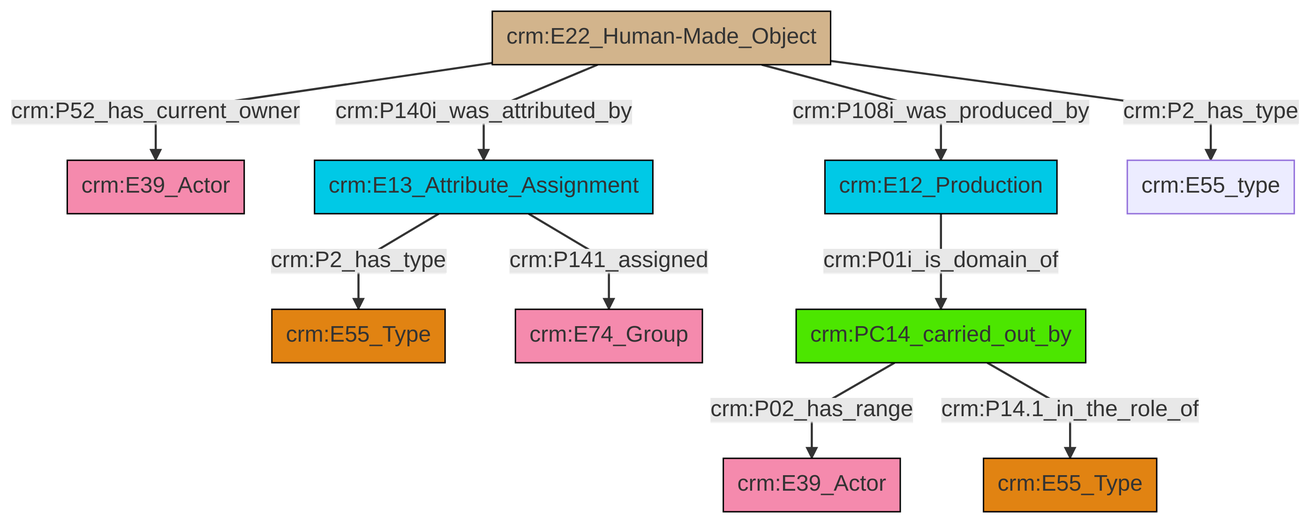
Before: et/builtWorkCSV/ttl/mmd/png/Built_Work_actor_relations.png, a diagram exported from Mermaid (swiss-art-research-net/reference-data-models). Its source is kept beside it as et/builtWorkCSV/ttl/mmd/Built_Work_actor_relations.ttl.mmd.
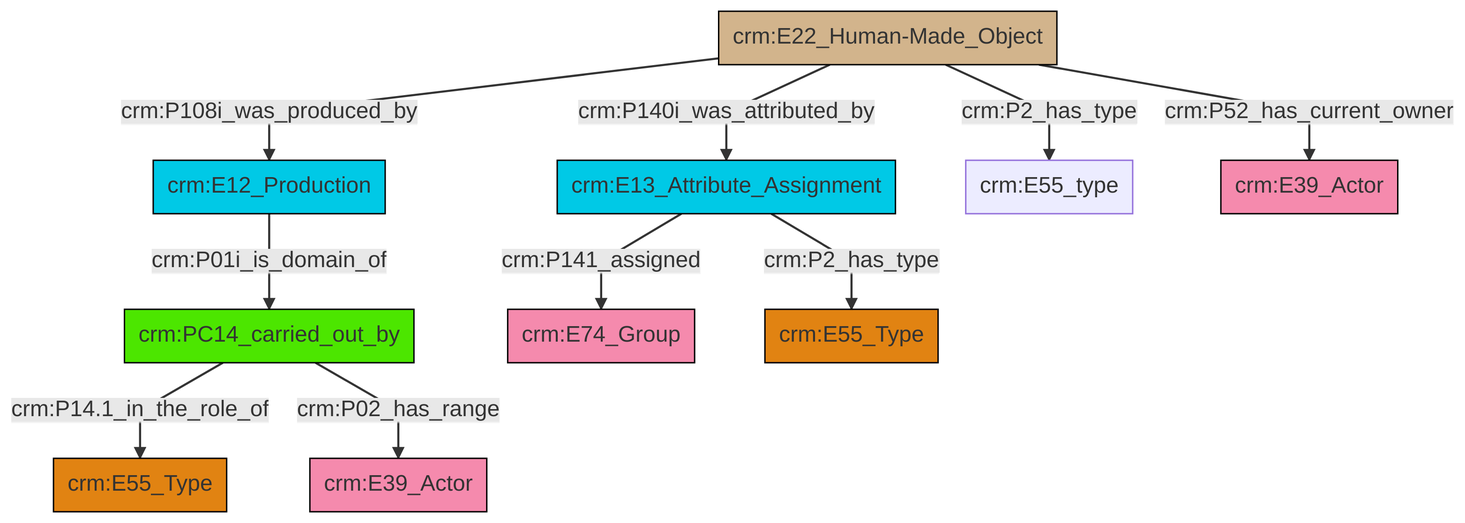
The same diagram one commit later.

What changed in the source:
```diff
@@ -13,12 +13,12 @@
 classDef PC_Classes fill:#4ce600, stroke:#000000;
 classDef Multi fill:#cccccc,stroke:#000000;
 
-0["crm:E22_Human-Made_Object"]:::Physical_Thing -->|crm:P52_has_current_owner| 1["crm:E39_Actor"]:::Actor
-4["crm:E12_Production"]:::Temporal_Entity -->|crm:P01i_is_domain_of| 5["crm:PC14_carried_out_by"]:::PC_Classes
-14["crm:E13_Attribute_Assignment"]:::Temporal_Entity -->|crm:P2_has_type| 9["crm:E55_Type"]:::Type
-0["crm:E22_Human-Made_Object"]:::Physical_Thing -->|crm:P140i_was_attributed_by| 14["crm:E13_Attribute_Assignment"]:::Temporal_Entity
-5["crm:PC14_carried_out_by"]:::PC_Classes -->|crm:P02_has_range| 11["crm:E39_Actor"]:::Actor
-0["crm:E22_Human-Made_Object"]:::Physical_Thing -->|crm:P108i_was_produced_by| 4["crm:E12_Production"]:::Temporal_Entity
-0["crm:E22_Human-Made_Object"]:::Physical_Thing -->|crm:P2_has_type| 15["crm:E55_type"]:::Default
-5["crm:PC14_carried_out_by"]:::PC_Classes -->|crm:P14.1_in_the_role_of| 18["crm:E55_Type"]:::Type
-14["crm:E13_Attribute_Assignment"]:::Temporal_Entity -->|crm:P141_assigned| 2["crm:E74_Group"]:::Actor
+2["crm:PC14_carried_out_by"]:::PC_Classes -->|crm:P14.1_in_the_role_of| 6["crm:E55_Type"]:::Type
+0["crm:E12_Production"]:::Temporal_Entity -->|crm:P01i_is_domain_of| 2["crm:PC14_carried_out_by"]:::PC_Classes
+2["crm:PC14_carried_out_by"]:::PC_Classes -->|crm:P02_has_range| 7["crm:E39_Actor"]:::Actor
+9["crm:E22_Human-Made_Object"]:::Physical_Thing -->|crm:P140i_was_attributed_by| 10["crm:E13_Attribute_Assignment"]:::Temporal_Entity
+9["crm:E22_Human-Made_Object"]:::Physical_Thing -->|crm:P2_has_type| 11["crm:E55_type"]:::Default
+10["crm:E13_Attribute_Assignment"]:::Temporal_Entity -->|crm:P2_has_type| 13["crm:E55_Type"]:::Type
+10["crm:E13_Attribute_Assignment"]:::Temporal_Entity -->|crm:P141_assigned| 4["crm:E74_Group"]:::Actor
+9["crm:E22_Human-Made_Object"]:::Physical_Thing -->|crm:P108i_was_produced_by| 0["crm:E12_Production"]:::Temporal_Entity
+9["crm:E22_Human-Made_Object"]:::Physical_Thing -->|crm:P52_has_current_owner| 16["crm:E39_Actor"]:::Actor
```
